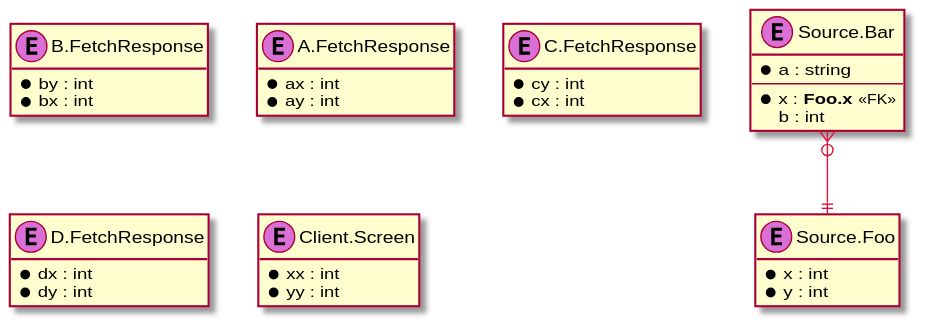
This is pkg/arrai/out/data_diagram.svg from anz-bank/sysl, a PlantUML export, as it was before one commit.
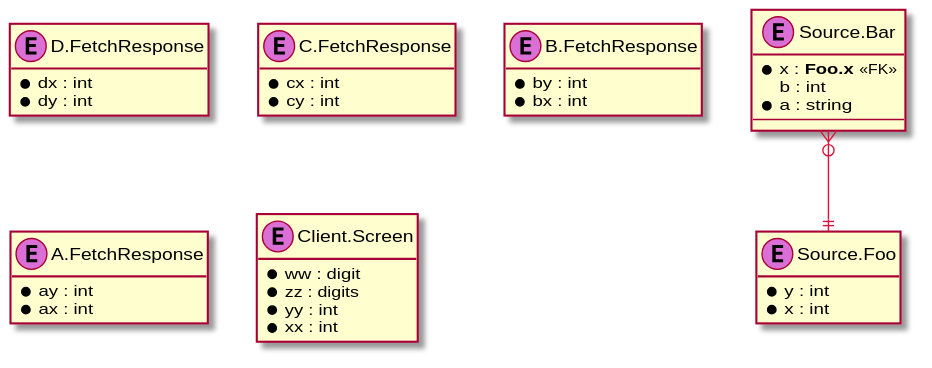
After the change.

Change to the diagram source:
```diff
@@ -8,11 +8,6 @@
 hide methods
 
 entity Source.Bar {
-  * a : string
-  --
-}
-
-entity Source.Bar {
   * x : **Foo.x** <<FK>>
 }
 
@@ -20,20 +15,9 @@
   b : int
 }
 
-entity B.FetchResponse {
-  * by : int
-}
-
-entity A.FetchResponse {
-  * ax : int
-}
-
-entity A.FetchResponse {
-  * ay : int
-}
-
-entity C.FetchResponse {
-  * cy : int
+entity Source.Bar {
+  * a : string
+  --
 }
 
 entity D.FetchResponse {
@@ -44,30 +28,53 @@
   * dy : int
 }
 
+entity C.FetchResponse {
+  * cx : int
+}
+
+entity B.FetchResponse {
+  * by : int
+}
+
 entity B.FetchResponse {
   * bx : int
 }
 
+entity A.FetchResponse {
+  * ay : int
+}
+
+entity A.FetchResponse {
+  * ax : int
+}
+
 entity C.FetchResponse {
-  * cx : int
+  * cy : int
+}
+
+entity Source.Foo {
+  * y : int
 }
 
 entity Source.Foo {
   * x : int
 }
 
-entity Source.Foo {
-  * y : int
+entity Client.Screen {
+  * ww : digit
+}
+
+entity Client.Screen {
+  * zz : digits
+}
+
+entity Client.Screen {
+  * yy : int
 }
 
 entity Client.Screen {
   * xx : int
 }
 
-entity Client.Screen {
-  * yy : int
-}
-
-
 Source.Bar             }o--|| Source.Foo
 @enduml
```
